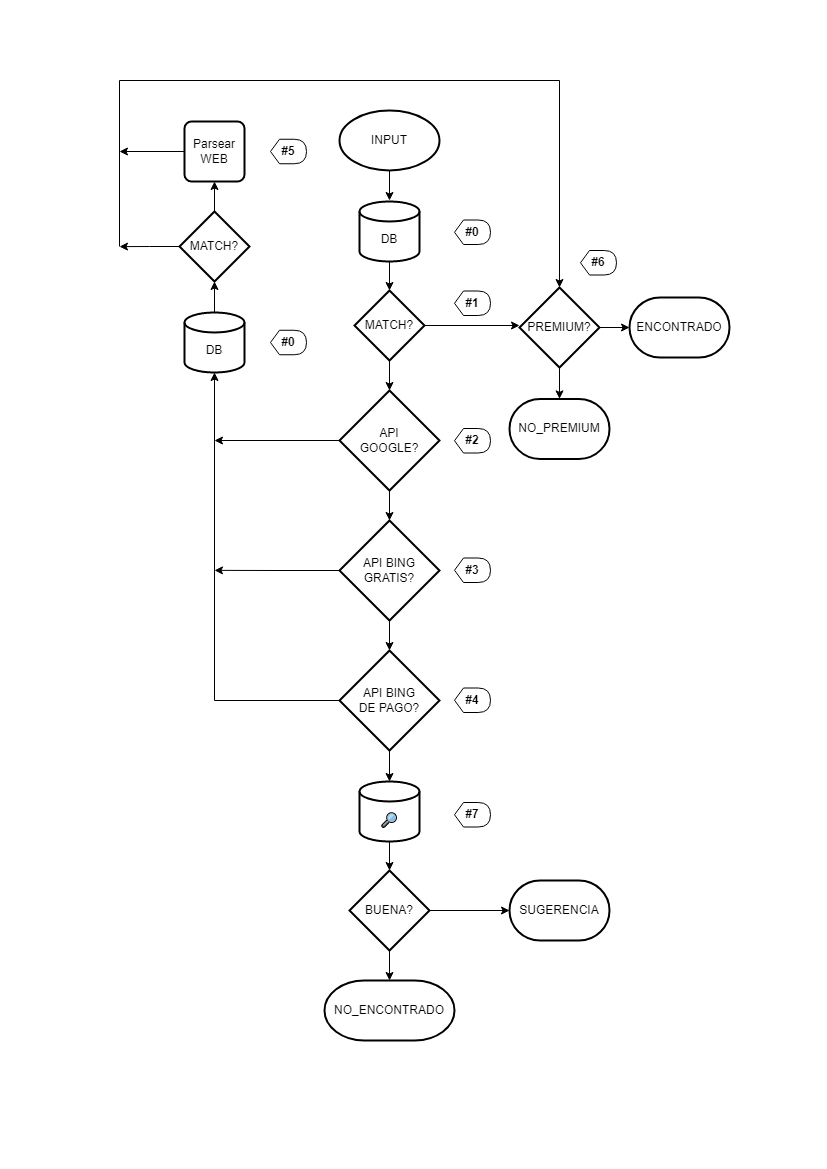
Earlier version of the draw.io export doc/buscar.png (quimifyapp/api). Source tidied: cells renumbered, new cells last; positions are measured from the earlier drawing's top-left corner, leaving out a move shared by most shapes.
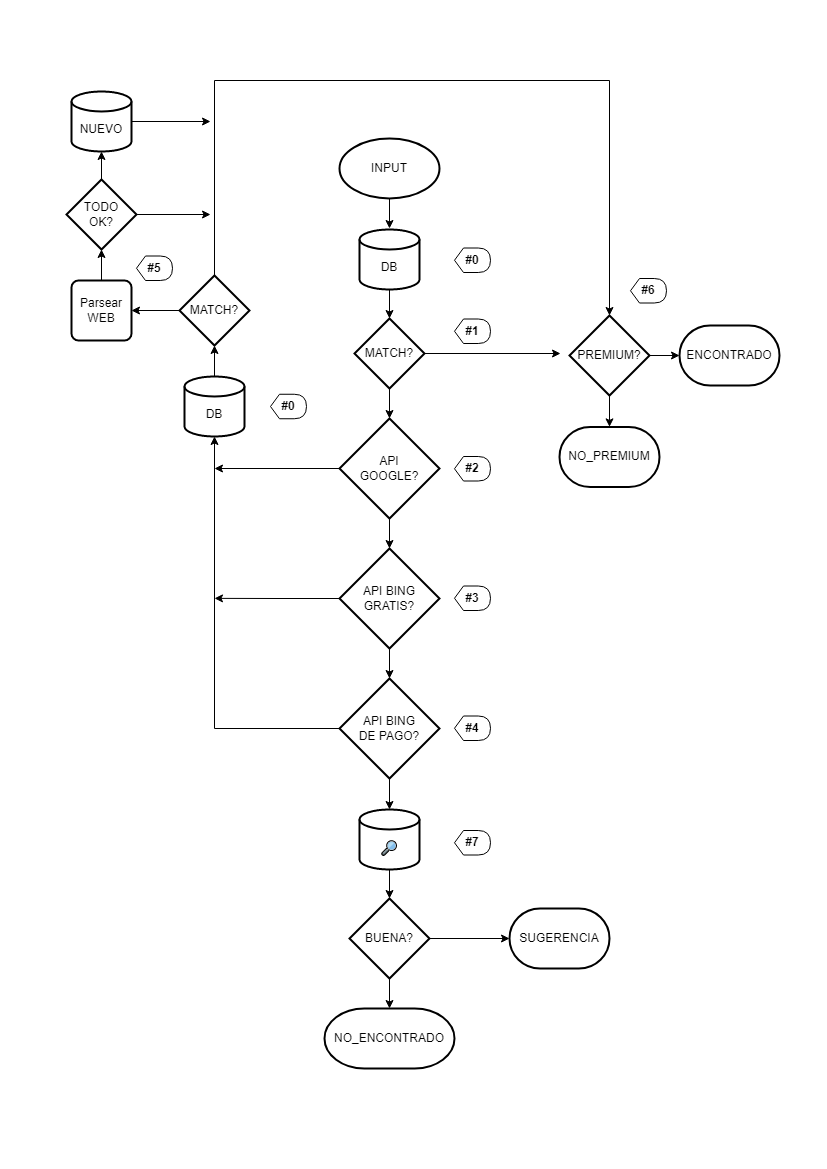
Later version of the same file.

Commit message:
PaginaFQ mejorado

Diff of the diagram source:
```diff
@@ -15,13 +15,13 @@
       <mxGeometry relative="1" as="geometry" />
     </mxCell>
     <mxCell id="6" value="PREMIUM?" style="strokeWidth=2;html=1;shape=mxgraph.flowchart.decision;whiteSpace=wrap;" parent="1" vertex="1">
-      <mxGeometry x="400" y="207" width="80" height="80" as="geometry" />
+      <mxGeometry x="450" y="207" width="80" height="80" as="geometry" />
     </mxCell>
     <mxCell id="7" value="ENCONTRADO" style="strokeWidth=2;html=1;shape=mxgraph.flowchart.terminator;whiteSpace=wrap;" parent="1" vertex="1">
-      <mxGeometry x="510" y="217" width="100" height="60" as="geometry" />
+      <mxGeometry x="560" y="217" width="100" height="60" as="geometry" />
     </mxCell>
     <mxCell id="8" value="NO_PREMIUM" style="strokeWidth=2;html=1;shape=mxgraph.flowchart.terminator;whiteSpace=wrap;" parent="1" vertex="1">
-      <mxGeometry x="390" y="318.4" width="100" height="60" as="geometry" />
+      <mxGeometry x="440" y="318.4" width="100" height="60" as="geometry" />
     </mxCell>
     <mxCell id="9" style="edgeStyle=orthogonalEdgeStyle;rounded=0;jettySize=auto;html=1;fontSize=14;" parent="1" edge="1" source="10">
       <mxGeometry relative="1" as="geometry">
@@ -46,18 +46,13 @@
       <mxGeometry relative="1" as="geometry" />
     </mxCell>
     <mxCell id="15" value="&lt;br&gt;DB" style="strokeWidth=2;html=1;shape=mxgraph.flowchart.database;whiteSpace=wrap;" parent="1" vertex="1">
-      <mxGeometry x="65" y="232" width="60" height="60" as="geometry" />
+      <mxGeometry x="65" y="268" width="60" height="60" as="geometry" />
     </mxCell>
-    <mxCell id="16" style="edgeStyle=orthogonalEdgeStyle;rounded=0;jettySize=auto;html=1;fontSize=14;" parent="1" edge="1" source="17">
-      <mxGeometry relative="1" as="geometry">
-        <mxPoint y="71" as="targetPoint" />
-        <Array as="points">
-          <mxPoint y="71" />
-        </Array>
-      </mxGeometry>
-    </mxCell>
+    <mxCell id="47" style="edgeStyle=orthogonalEdgeStyle;rounded=0;jettySize=auto;html=1;exitX=0.5;exitY=0;exitDx=0;exitDy=0;entryX=0.5;entryY=1;entryDx=0;entryDy=0;entryPerimeter=0;" parent="1" edge="1" source="17" target="53">
+      <mxGeometry relative="1" as="geometry" />
+    </mxCell>
     <mxCell id="17" value="Parsear&lt;br&gt;WEB" style="rounded=1;whiteSpace=wrap;html=1;absoluteArcSize=1;arcSize=14;strokeWidth=2;" parent="1" vertex="1">
-      <mxGeometry x="65" y="41" width="60" height="60" as="geometry" />
+      <mxGeometry x="-48" y="172" width="60" height="60" as="geometry" />
     </mxCell>
     <mxCell id="18" style="edgeStyle=orthogonalEdgeStyle;rounded=0;jettySize=auto;html=1;entryX=0.5;entryY=0;entryDx=0;entryDy=0;entryPerimeter=0;fontSize=14;" parent="1" edge="1" source="20" target="23">
       <mxGeometry relative="1" as="geometry" />
@@ -82,36 +77,28 @@
     <mxCell id="24" style="edgeStyle=orthogonalEdgeStyle;rounded=0;jettySize=auto;html=1;entryX=0.5;entryY=0;entryDx=0;entryDy=0;entryPerimeter=0;" parent="1" edge="1" source="26" target="13">
       <mxGeometry relative="1" as="geometry" />
     </mxCell>
-    <mxCell id="25" style="edgeStyle=orthogonalEdgeStyle;rounded=0;jettySize=auto;html=1;fontSize=14;" parent="1" edge="1" source="26">
-      <mxGeometry relative="1" as="geometry">
-        <mxPoint x="400" y="245" as="targetPoint" />
-      </mxGeometry>
-    </mxCell>
+    <mxCell id="48" style="edgeStyle=orthogonalEdgeStyle;rounded=0;jettySize=auto;html=1;" parent="1" edge="1" source="26">
+      <mxGeometry relative="1" as="geometry">
+        <mxPoint x="441" y="245" as="targetPoint" />
+      </mxGeometry>
+    </mxCell>
     <mxCell id="26" value="MATCH?" style="strokeWidth=2;html=1;shape=mxgraph.flowchart.decision;whiteSpace=wrap;" parent="1" vertex="1">
       <mxGeometry x="235" y="210" width="70" height="70" as="geometry" />
     </mxCell>
-    <mxCell id="27" style="edgeStyle=orthogonalEdgeStyle;rounded=0;jettySize=auto;html=1;exitX=0.5;exitY=0;exitDx=0;exitDy=0;exitPerimeter=0;entryX=0.5;entryY=1;entryDx=0;entryDy=0;fontSize=14;" parent="1" edge="1" target="17">
-      <mxGeometry relative="1" as="geometry">
-        <mxPoint x="95" y="131" as="sourcePoint" />
-      </mxGeometry>
-    </mxCell>
-    <mxCell id="28" style="edgeStyle=orthogonalEdgeStyle;rounded=0;jettySize=auto;html=1;exitX=0;exitY=0.5;exitDx=0;exitDy=0;exitPerimeter=0;fontSize=14;" parent="1" edge="1" source="29">
-      <mxGeometry relative="1" as="geometry">
-        <mxPoint y="166.1" as="targetPoint" />
-      </mxGeometry>
-    </mxCell>
+    <mxCell id="49" style="edgeStyle=orthogonalEdgeStyle;rounded=0;jettySize=auto;html=1;exitX=0;exitY=0.5;exitDx=0;exitDy=0;exitPerimeter=0;entryX=1;entryY=0.5;entryDx=0;entryDy=0;" parent="1" edge="1" source="29" target="17">
+      <mxGeometry relative="1" as="geometry" />
+    </mxCell>
+    <mxCell id="50" style="edgeStyle=orthogonalEdgeStyle;rounded=0;jettySize=auto;html=1;exitX=0.5;exitY=0;exitDx=0;exitDy=0;exitPerimeter=0;entryX=0.5;entryY=0;entryDx=0;entryDy=0;entryPerimeter=0;" parent="1" edge="1" source="29" target="6">
+      <mxGeometry relative="1" as="geometry">
+        <Array as="points">
+          <mxPoint x="95" y="-28" />
+          <mxPoint x="490" y="-28" />
+        </Array>
+      </mxGeometry>
+    </mxCell>
     <mxCell id="29" value="MATCH?" style="strokeWidth=2;html=1;shape=mxgraph.flowchart.decision;whiteSpace=wrap;" parent="1" vertex="1">
-      <mxGeometry x="60" y="131" width="70" height="70" as="geometry" />
+      <mxGeometry x="60" y="167" width="70" height="70" as="geometry" />
     </mxCell>
-    <mxCell id="30" style="edgeStyle=orthogonalEdgeStyle;rounded=0;jettySize=auto;html=1;entryX=0.5;entryY=0;entryDx=0;entryDy=0;entryPerimeter=0;" parent="1" edge="1" target="6">
-      <mxGeometry relative="1" as="geometry">
-        <mxPoint y="166" as="sourcePoint" />
-        <Array as="points">
-          <mxPoint />
-          <mxPoint x="440" />
-        </Array>
-      </mxGeometry>
-    </mxCell>
     <mxCell id="31" style="edgeStyle=orthogonalEdgeStyle;rounded=0;jettySize=auto;html=1;entryX=0.5;entryY=0;entryDx=0;entryDy=0;entryPerimeter=0;fontSize=14;" parent="1" edge="1" source="32" target="37">
       <mxGeometry relative="1" as="geometry" />
     </mxCell>
@@ -152,13 +139,32 @@
       <mxGeometry x="335" y="722" width="36" height="24.5" as="geometry" />
     </mxCell>
     <mxCell id="44" value="#0" style="shape=display;whiteSpace=wrap;html=1;fontStyle=1;" parent="1" vertex="1">
-      <mxGeometry x="151" y="249.8" width="36" height="24.5" as="geometry" />
+      <mxGeometry x="151" y="285.8" width="36" height="24.5" as="geometry" />
     </mxCell>
     <mxCell id="45" value="#6" style="shape=display;whiteSpace=wrap;html=1;fontStyle=1;" parent="1" vertex="1">
-      <mxGeometry x="461" y="170" width="36" height="24.5" as="geometry" />
+      <mxGeometry x="511" y="170" width="36" height="24.5" as="geometry" />
     </mxCell>
     <mxCell id="46" value="#5" style="shape=display;whiteSpace=wrap;html=1;fontStyle=1;" parent="1" vertex="1">
-      <mxGeometry x="151" y="58.8" width="36" height="24.5" as="geometry" />
+      <mxGeometry x="17" y="147.5" width="36" height="24.5" as="geometry" />
     </mxCell>
+    <mxCell id="51" style="edgeStyle=orthogonalEdgeStyle;rounded=0;jettySize=auto;html=1;exitX=0.5;exitY=0;exitDx=0;exitDy=0;exitPerimeter=0;entryX=0.5;entryY=1;entryDx=0;entryDy=0;entryPerimeter=0;" parent="1" edge="1" source="53" target="55">
+      <mxGeometry relative="1" as="geometry" />
+    </mxCell>
+    <mxCell id="52" style="edgeStyle=orthogonalEdgeStyle;rounded=0;jettySize=auto;html=1;exitX=1;exitY=0.5;exitDx=0;exitDy=0;exitPerimeter=0;" parent="1" edge="1" source="53">
+      <mxGeometry relative="1" as="geometry">
+        <mxPoint x="91" y="106" as="targetPoint" />
+      </mxGeometry>
+    </mxCell>
+    <mxCell id="53" value="TODO&lt;br&gt;OK?" style="strokeWidth=2;html=1;shape=mxgraph.flowchart.decision;whiteSpace=wrap;" parent="1" vertex="1">
+      <mxGeometry x="-53" y="71" width="70" height="70" as="geometry" />
+    </mxCell>
+    <mxCell id="54" style="edgeStyle=orthogonalEdgeStyle;rounded=0;jettySize=auto;html=1;exitX=1;exitY=0.5;exitDx=0;exitDy=0;exitPerimeter=0;" parent="1" edge="1" source="55">
+      <mxGeometry relative="1" as="geometry">
+        <mxPoint x="91" y="13" as="targetPoint" />
+      </mxGeometry>
+    </mxCell>
+    <mxCell id="55" value="&lt;br&gt;NUEVO" style="strokeWidth=2;html=1;shape=mxgraph.flowchart.database;whiteSpace=wrap;" parent="1" vertex="1">
+      <mxGeometry x="-48" y="-17" width="60" height="60" as="geometry" />
+    </mxCell>
   </root>
 </mxGraphModel>
```
